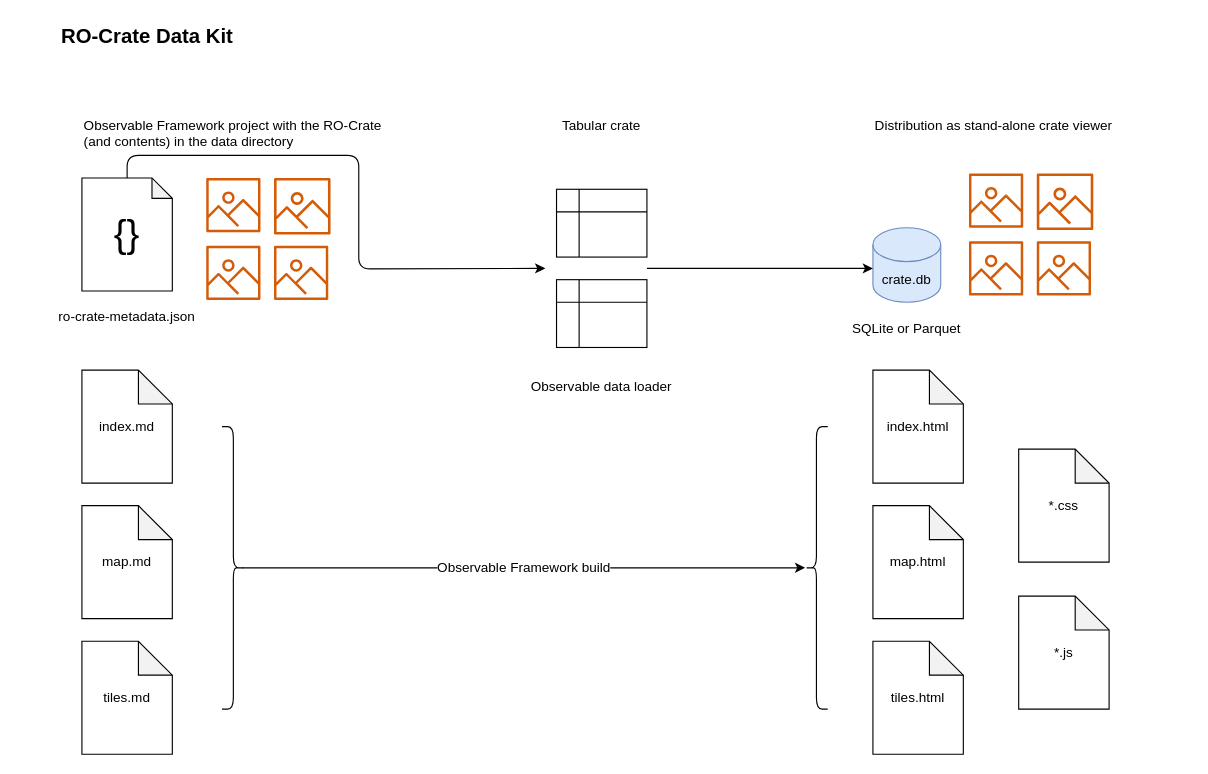
This is docs/design.drawio from Sydney-Informatics-Hub/observable-crate, a draw.io file, before an edit. Source tidied: cells renumbered, new cells numbered last; positions are measured from the earlier drawing's top-left corner, leaving out a move shared by most shapes. Both pictures are drawn from the tidied source at 113%, with x=0, y=0 at pixel (19, 19).
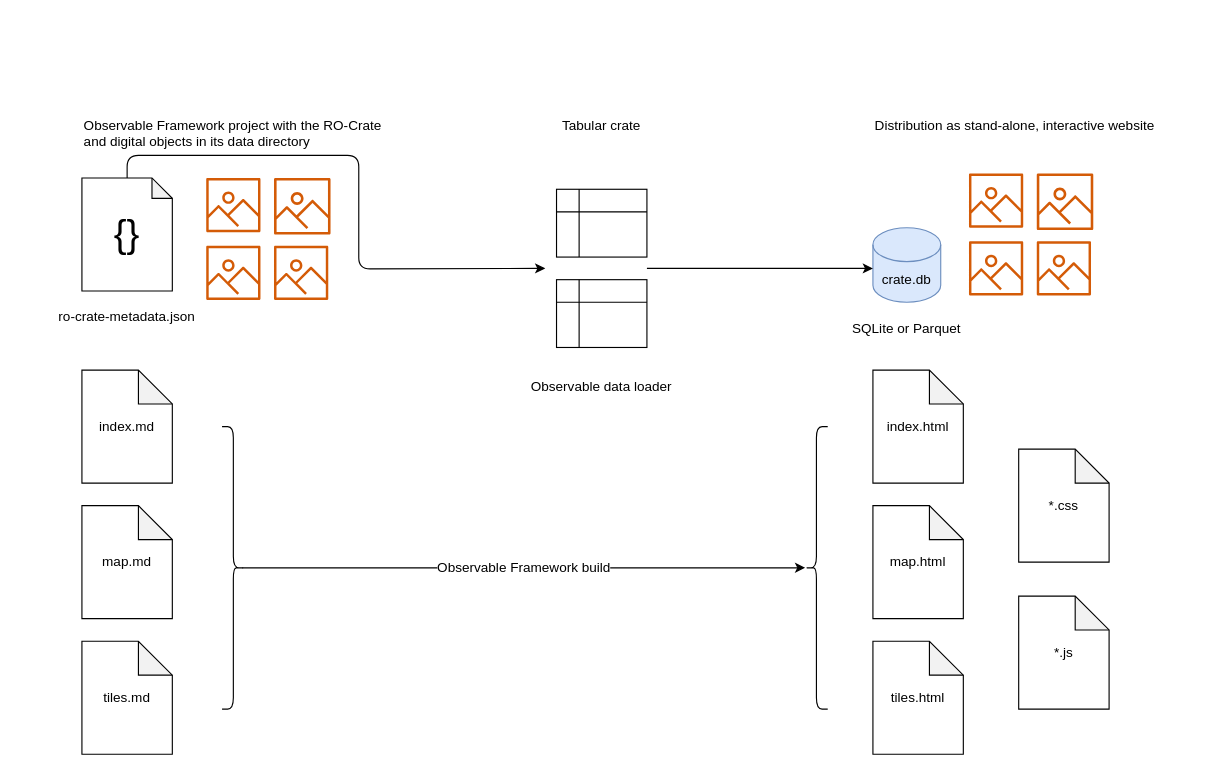
Above is the later version.

Diff of the diagram source:
```diff
@@
-    <mxCell id="2" value="RO-Crate Data Kit" style="text;html=1;strokeColor=none;fillColor=none;align=left;verticalAlign=middle;whiteSpace=wrap;rounded=0;fontFamily=Helvetica;fontStyle=1;fontSize=18;" parent="1" vertex="1">
-      <mxGeometry x="35" width="160" height="30" as="geometry" />
-    </mxCell>
-    <mxCell id="3" value="Observable Framework project with the RO-Crate (and contents) in the data directory" style="text;html=1;strokeColor=none;fillColor=none;align=left;verticalAlign=top;whiteSpace=wrap;rounded=0;fontSize=12;fontFamily=Helvetica;horizontal=1;" parent="1" vertex="1">
+    <mxCell id="3" value="Observable Framework project with the RO-Crate and digital objects in its data directory" style="text;html=1;strokeColor=none;fillColor=none;align=left;verticalAlign=top;whiteSpace=wrap;rounded=0;fontSize=12;fontFamily=Helvetica;horizontal=1;" parent="1" vertex="1">
       <mxGeometry x="55" y="80" width="280" height="50" as="geometry" />
     </mxCell>
-    <mxCell id="4" value="Distribution as stand-alone crate viewer" style="text;html=1;strokeColor=none;fillColor=none;align=left;verticalAlign=top;whiteSpace=wrap;rounded=0;fontSize=12;fontFamily=Helvetica;" parent="1" vertex="1">
+    <mxCell id="4" value="Distribution as stand-alone, interactive website" style="text;html=1;strokeColor=none;fillColor=none;align=left;verticalAlign=top;whiteSpace=wrap;rounded=0;fontSize=12;fontFamily=Helvetica;" parent="1" vertex="1">
       <mxGeometry x="755" y="80" width="280" height="20" as="geometry" />
     </mxCell>
```
